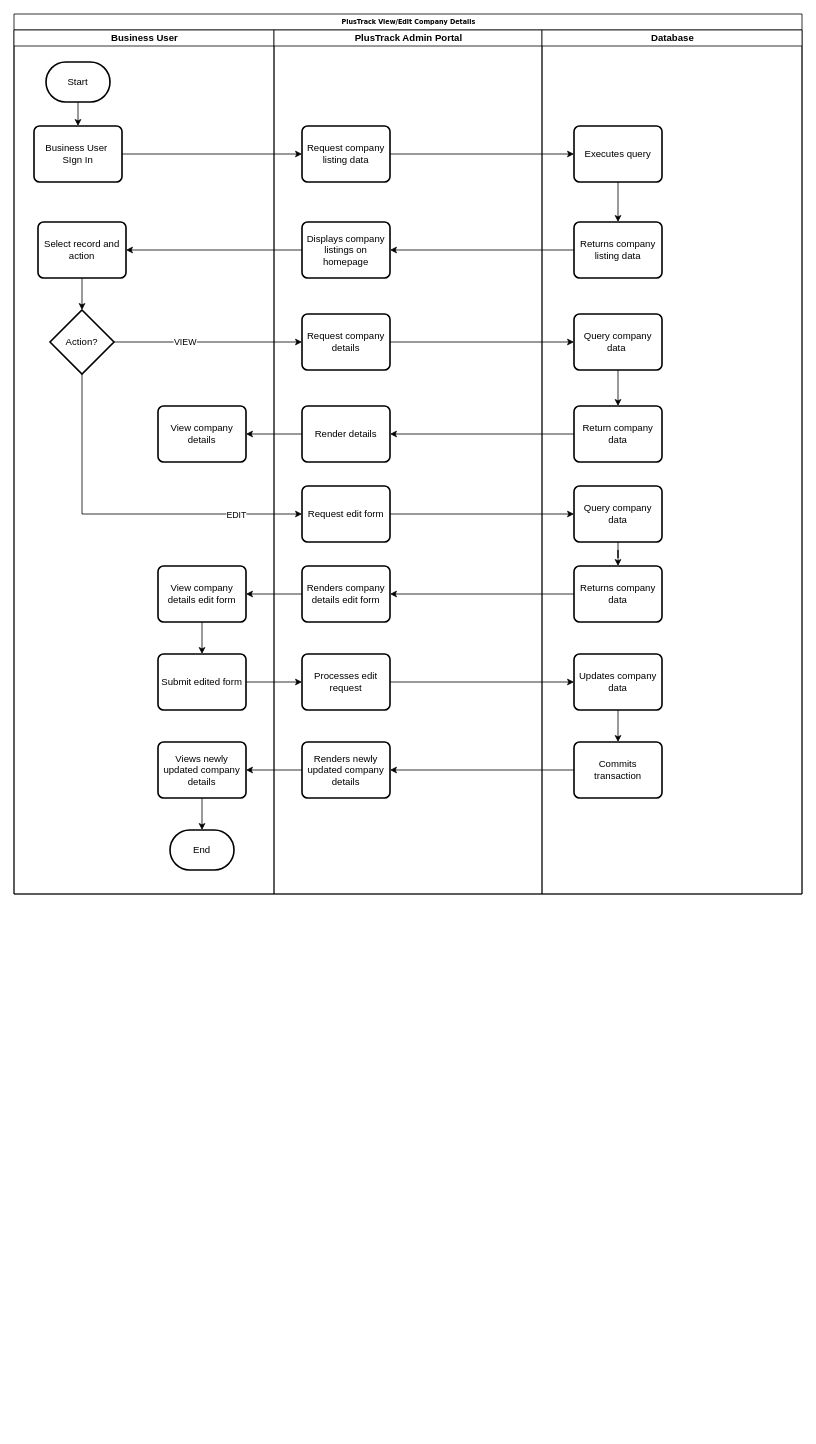
This is page "Page-1" (1 of 6) of Untitled Diagram.drawio from Marcus-141/DrawIOFiles, a draw.io file, before an edit. Source tidied: cells renumbered, new cells numbered last; positions are measured from the earlier drawing's top-left corner, leaving out a move shared by most shapes. Both pictures are drawn from the tidied source at 80%, with x=0, y=0 at pixel (14, 14).
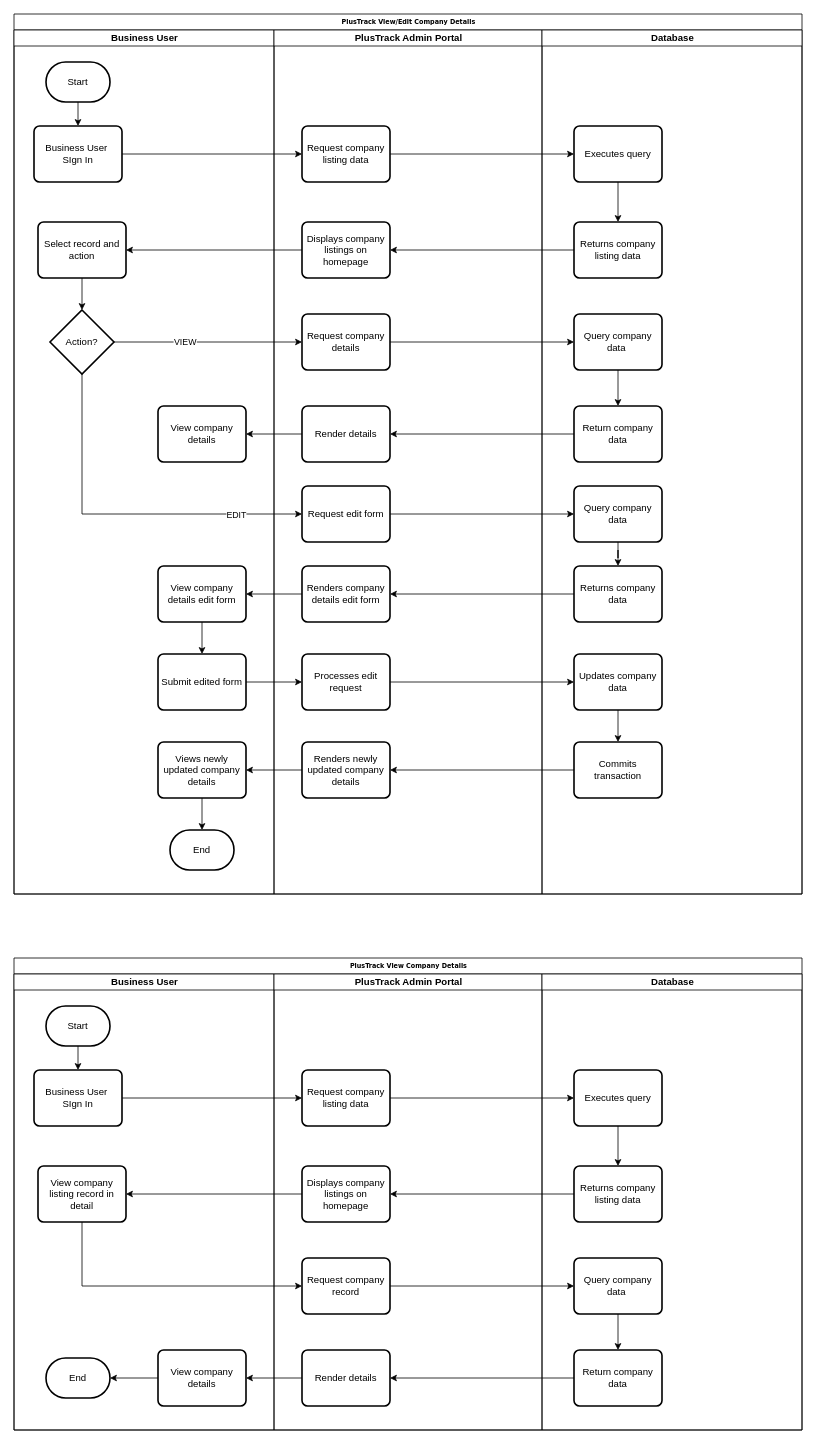
The same diagram, later.

The edit, as a diff of the source:
```diff
@@
+    <mxCell id="57" value="PlusTrack View Company Details" style="swimlane;html=1;startSize=20;rounded=0;shadow=0;labelBackgroundColor=none;strokeWidth=1;fontFamily=Verdana;fontSize=8;align=center;" parent="1" vertex="1">
+      <mxGeometry y="1180" width="985" height="590" as="geometry" />
+    </mxCell>
+    <mxCell id="58" value="Business User" style="swimlane;html=1;startSize=20;" parent="57" vertex="1">
+      <mxGeometry y="20" width="325" height="570" as="geometry" />
+    </mxCell>
+    <mxCell id="59" style="edgeStyle=orthogonalEdgeStyle;rounded=0;jettySize=auto;html=1;exitX=0.5;exitY=1;exitDx=0;exitDy=0;exitPerimeter=0;entryX=0.5;entryY=0;entryDx=0;entryDy=0;" parent="58" edge="1" source="60" target="61">
+      <mxGeometry relative="1" as="geometry" />
+    </mxCell>
+    <mxCell id="60" value="Start" style="strokeWidth=2;html=1;shape=mxgraph.flowchart.terminator;whiteSpace=wrap;" parent="58" vertex="1">
+      <mxGeometry x="40" y="40" width="80" height="50" as="geometry" />
+    </mxCell>
+    <mxCell id="61" value="Business User&amp;nbsp; SIgn In" style="rounded=1;whiteSpace=wrap;html=1;absoluteArcSize=1;arcSize=14;strokeWidth=2;" parent="58" vertex="1">
+      <mxGeometry x="25" y="120" width="110" height="70" as="geometry" />
+    </mxCell>
+    <mxCell id="62" value="View company listing record in detail" style="rounded=1;whiteSpace=wrap;html=1;absoluteArcSize=1;arcSize=14;strokeWidth=2;" parent="58" vertex="1">
+      <mxGeometry x="30" y="240" width="110" height="70" as="geometry" />
+    </mxCell>
+    <mxCell id="63" style="edgeStyle=orthogonalEdgeStyle;rounded=0;jettySize=auto;html=1;exitX=0;exitY=0.5;exitDx=0;exitDy=0;" parent="58" edge="1" source="64" target="65">
+      <mxGeometry relative="1" as="geometry" />
+    </mxCell>
+    <mxCell id="64" value="View company details" style="rounded=1;whiteSpace=wrap;html=1;absoluteArcSize=1;arcSize=14;strokeWidth=2;" parent="58" vertex="1">
+      <mxGeometry x="180" y="470" width="110" height="70" as="geometry" />
+    </mxCell>
+    <mxCell id="65" value="End" style="strokeWidth=2;html=1;shape=mxgraph.flowchart.terminator;whiteSpace=wrap;" parent="58" vertex="1">
+      <mxGeometry x="40" y="480" width="80" height="50" as="geometry" />
+    </mxCell>
+    <mxCell id="66" value="PlusTrack Admin Portal" style="swimlane;html=1;startSize=20;" parent="57" vertex="1">
+      <mxGeometry x="325" y="20" width="335" height="570" as="geometry" />
+    </mxCell>
+    <mxCell id="67" value="Request company listing data" style="rounded=1;whiteSpace=wrap;html=1;absoluteArcSize=1;arcSize=14;strokeWidth=2;" parent="66" vertex="1">
+      <mxGeometry x="35" y="120" width="110" height="70" as="geometry" />
+    </mxCell>
+    <mxCell id="68" value="Displays company listings on homepage" style="rounded=1;whiteSpace=wrap;html=1;absoluteArcSize=1;arcSize=14;strokeWidth=2;" parent="66" vertex="1">
+      <mxGeometry x="35" y="240" width="110" height="70" as="geometry" />
+    </mxCell>
+    <mxCell id="69" value="Request company record" style="rounded=1;whiteSpace=wrap;html=1;absoluteArcSize=1;arcSize=14;strokeWidth=2;" parent="66" vertex="1">
+      <mxGeometry x="35" y="355" width="110" height="70" as="geometry" />
+    </mxCell>
+    <mxCell id="70" value="Render details" style="rounded=1;whiteSpace=wrap;html=1;absoluteArcSize=1;arcSize=14;strokeWidth=2;" parent="66" vertex="1">
+      <mxGeometry x="35" y="470" width="110" height="70" as="geometry" />
+    </mxCell>
+    <mxCell id="71" value="Database" style="swimlane;html=1;startSize=20;" parent="57" vertex="1">
+      <mxGeometry x="660" y="20" width="325" height="570" as="geometry" />
+    </mxCell>
+    <mxCell id="72" style="edgeStyle=orthogonalEdgeStyle;rounded=0;jettySize=auto;html=1;" parent="71" edge="1" source="73" target="74">
+      <mxGeometry relative="1" as="geometry" />
+    </mxCell>
+    <mxCell id="73" value="Executes query" style="rounded=1;whiteSpace=wrap;html=1;absoluteArcSize=1;arcSize=14;strokeWidth=2;" parent="71" vertex="1">
+      <mxGeometry x="40" y="120" width="110" height="70" as="geometry" />
+    </mxCell>
+    <mxCell id="74" value="Returns company listing data" style="rounded=1;whiteSpace=wrap;html=1;absoluteArcSize=1;arcSize=14;strokeWidth=2;" parent="71" vertex="1">
+      <mxGeometry x="40" y="240" width="110" height="70" as="geometry" />
+    </mxCell>
+    <mxCell id="75" style="edgeStyle=orthogonalEdgeStyle;rounded=0;jettySize=auto;html=1;" parent="71" edge="1" source="76" target="77">
+      <mxGeometry relative="1" as="geometry" />
+    </mxCell>
+    <mxCell id="76" value="Query company data&amp;nbsp;" style="rounded=1;whiteSpace=wrap;html=1;absoluteArcSize=1;arcSize=14;strokeWidth=2;" parent="71" vertex="1">
+      <mxGeometry x="40" y="355" width="110" height="70" as="geometry" />
+    </mxCell>
+    <mxCell id="77" value="Return company data" style="rounded=1;whiteSpace=wrap;html=1;absoluteArcSize=1;arcSize=14;strokeWidth=2;" parent="71" vertex="1">
+      <mxGeometry x="40" y="470" width="110" height="70" as="geometry" />
+    </mxCell>
+    <mxCell id="78" style="edgeStyle=orthogonalEdgeStyle;rounded=0;jettySize=auto;html=1;" parent="57" edge="1" source="61" target="67">
+      <mxGeometry relative="1" as="geometry" />
+    </mxCell>
+    <mxCell id="79" style="edgeStyle=orthogonalEdgeStyle;rounded=0;jettySize=auto;html=1;" parent="57" edge="1" source="67" target="73">
+      <mxGeometry relative="1" as="geometry" />
+    </mxCell>
+    <mxCell id="80" style="edgeStyle=orthogonalEdgeStyle;rounded=0;jettySize=auto;html=1;" parent="57" edge="1" source="74" target="68">
+      <mxGeometry relative="1" as="geometry" />
+    </mxCell>
+    <mxCell id="81" style="edgeStyle=orthogonalEdgeStyle;rounded=0;jettySize=auto;html=1;" parent="57" edge="1" source="68" target="62">
+      <mxGeometry relative="1" as="geometry" />
+    </mxCell>
+    <mxCell id="82" style="edgeStyle=orthogonalEdgeStyle;rounded=0;jettySize=auto;html=1;" parent="57" edge="1" source="69" target="76">
+      <mxGeometry relative="1" as="geometry" />
+    </mxCell>
+    <mxCell id="83" style="edgeStyle=orthogonalEdgeStyle;rounded=0;jettySize=auto;html=1;" parent="57" edge="1" source="77" target="70">
+      <mxGeometry relative="1" as="geometry" />
+    </mxCell>
+    <mxCell id="84" style="edgeStyle=orthogonalEdgeStyle;rounded=0;jettySize=auto;html=1;" parent="57" edge="1" source="70" target="64">
+      <mxGeometry relative="1" as="geometry" />
+    </mxCell>
+    <mxCell id="85" style="edgeStyle=orthogonalEdgeStyle;rounded=0;jettySize=auto;html=1;exitX=0.5;exitY=1;exitDx=0;exitDy=0;entryX=0;entryY=0.5;entryDx=0;entryDy=0;" parent="57" edge="1" source="62" target="69">
+      <mxGeometry relative="1" as="geometry" />
+    </mxCell>
```
